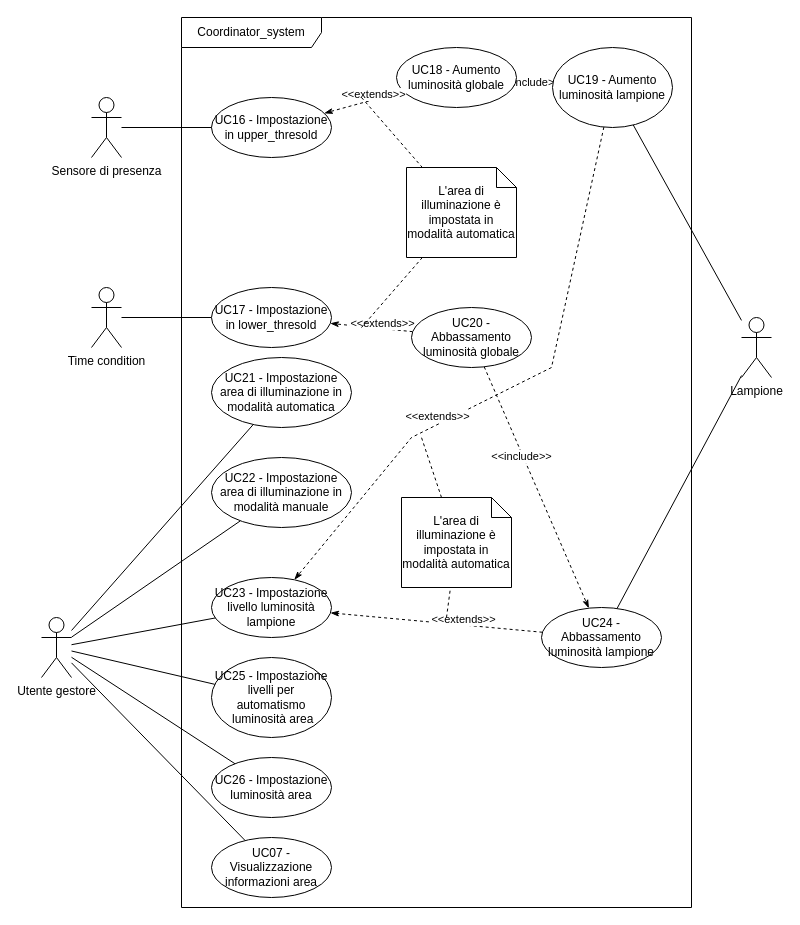
SWEasabi/analisi-dei-requisiti keeps this draw.io diagram as page "Coordinator_service" (3 of 3) of casi_uso_grafici.drawio. Above is the earlier version. Source tidied: cells renumbered, new cells numbered last; positions are measured from the earlier drawing's top-left corner, leaving out a move shared by most shapes. Both pictures are drawn from the tidied source at 100%, with x=0, y=0 at pixel (41, 17).
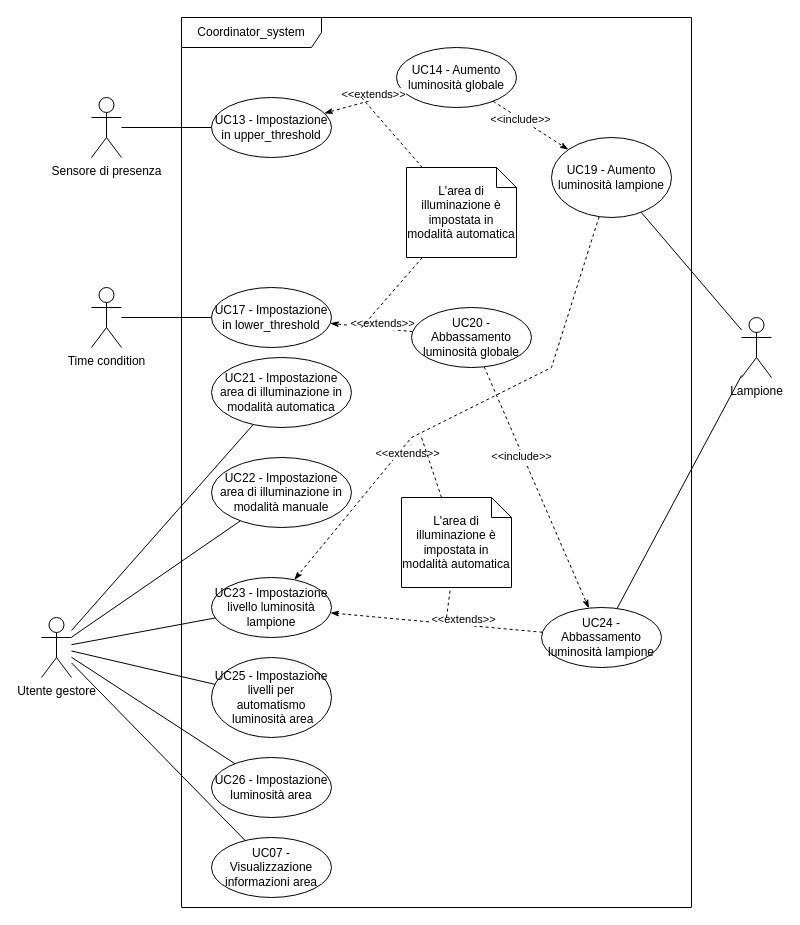
Above is the later version.

What changed in the source:
```diff
@@
     <mxCell id="7" value="UC19 - Aumento luminosità lampione" style="ellipse;whiteSpace=wrap;html=1;" parent="1" vertex="1">
-      <mxGeometry x="511" y="30" width="120" height="80" as="geometry" />
+      <mxGeometry x="510" y="120" width="120" height="80" as="geometry" />
     </mxCell>
@@
-    <mxCell id="10" value="UC18 - Aumento luminosità globale" style="ellipse;whiteSpace=wrap;html=1;gradientColor=none;" parent="1" vertex="1">
+    <mxCell id="10" value="UC14 - Aumento luminosità globale" style="ellipse;whiteSpace=wrap;html=1;gradientColor=none;" parent="1" vertex="1">
       <mxGeometry x="355" y="30" width="120" height="60" as="geometry" />
     </mxCell>
@@
-    <mxCell id="18" value="UC16 - Impostazione in upper_thresold" style="ellipse;whiteSpace=wrap;html=1;gradientColor=none;" parent="1" vertex="1">
+    <mxCell id="18" value="UC13 - Impostazione in upper_threshold" style="ellipse;whiteSpace=wrap;html=1;gradientColor=none;" parent="1" vertex="1">
       <mxGeometry x="170" y="80" width="120" height="60" as="geometry" />
     </mxCell>
@@
-    <mxCell id="24" value="UC17 - Impostazione in lower_thresold" style="ellipse;whiteSpace=wrap;html=1;gradientColor=none;" parent="1" vertex="1">
+    <mxCell id="24" value="UC17 - Impostazione in lower_threshold" style="ellipse;whiteSpace=wrap;html=1;gradientColor=none;" parent="1" vertex="1">
       <mxGeometry x="170" y="270" width="120" height="60" as="geometry" />
     </mxCell>
```
